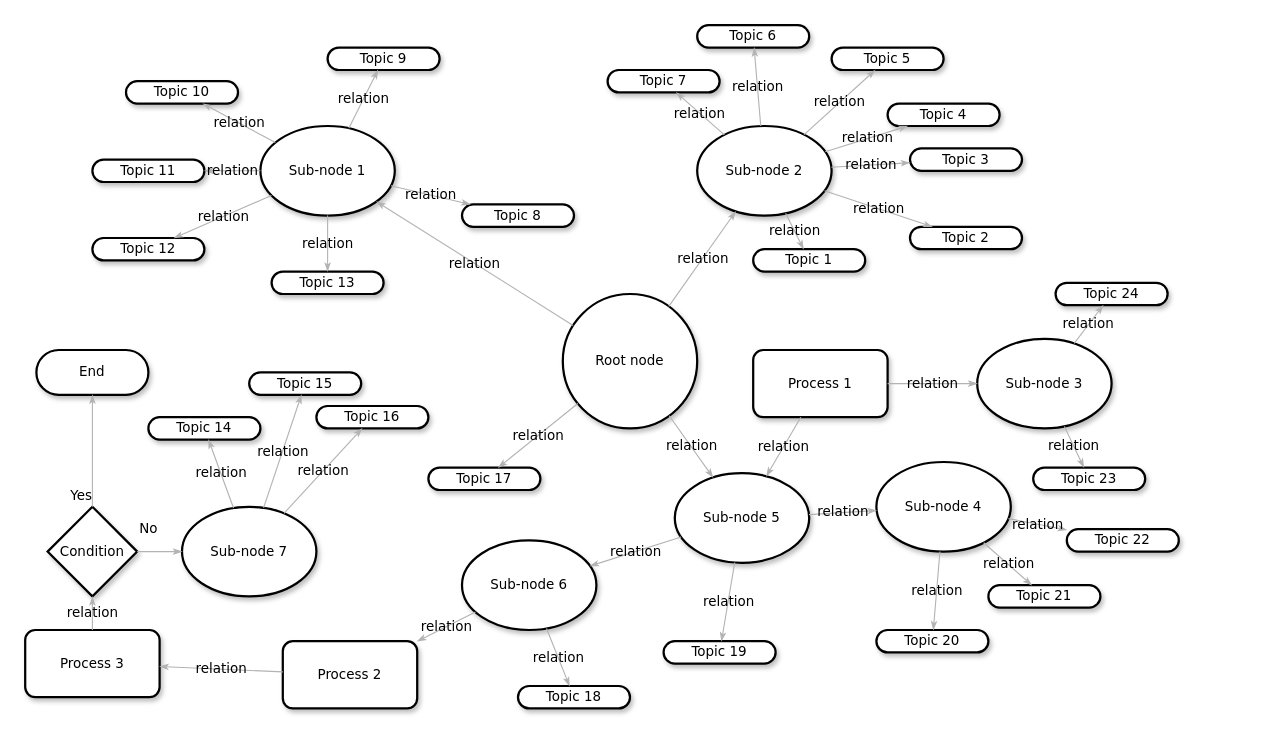
Above: Diagramma senza titolo.drawio in imooio/python (draw.io), before the change. Source tidied: cells renumbered, new cells numbered last; positions are measured from the earlier drawing's top-left corner, leaving out a move shared by most shapes. Both pictures are drawn from the tidied source at 112%, with x=0, y=0 at pixel (25, 25).
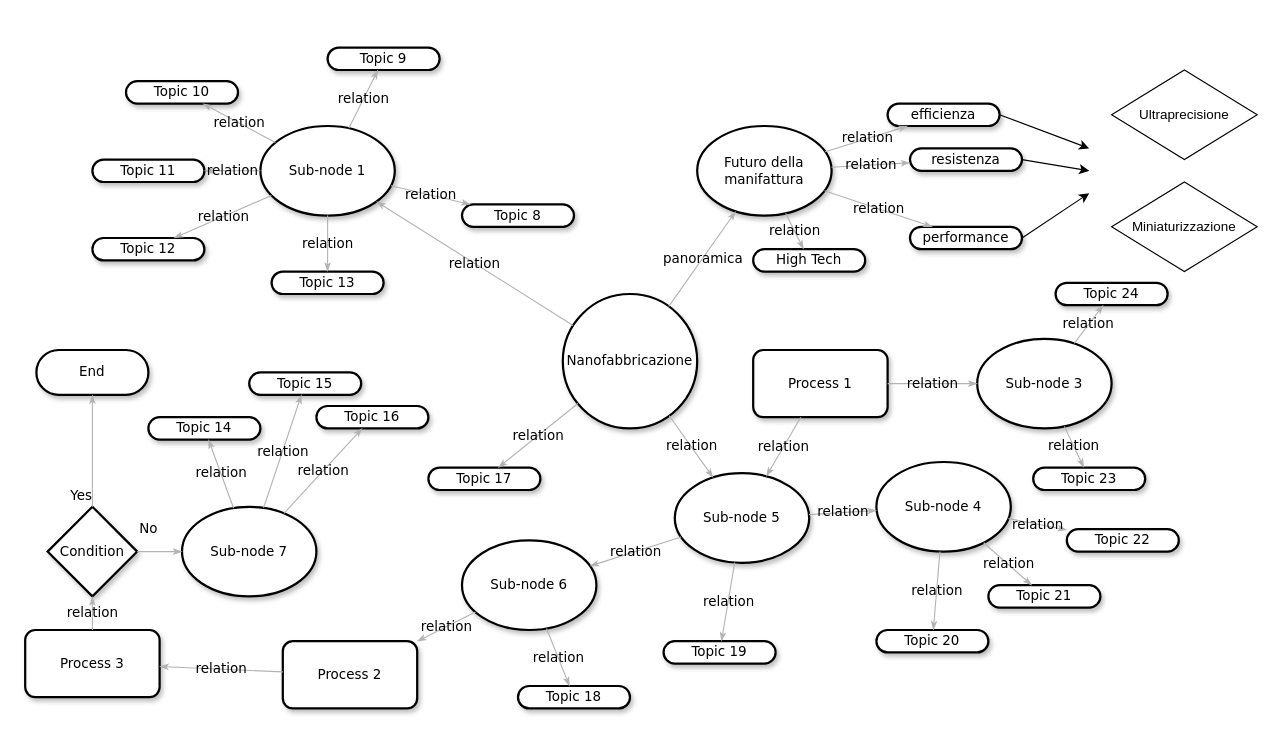
Above is the later version.

Commit message:
Schema introduzione Tesi.drawio

Change to the diagram source:
```diff
@@
-    <mxCell id="4" value="&lt;span&gt;Sub-node 2&lt;/span&gt;" style="ellipse;whiteSpace=wrap;html=1;rounded=1;shadow=1;comic=0;labelBackgroundColor=none;strokeWidth=2;fontFamily=Verdana;fontSize=12;align=center;" parent="1" vertex="1">
+    <mxCell id="4" value="Futuro della manifattura" style="ellipse;whiteSpace=wrap;html=1;rounded=1;shadow=1;comic=0;labelBackgroundColor=none;strokeWidth=2;fontFamily=Verdana;fontSize=12;align=center;" parent="1" vertex="1">
       <mxGeometry x="600" y="90" width="120" height="80" as="geometry" />
     </mxCell>
-    <mxCell id="5" value="Root node" style="ellipse;whiteSpace=wrap;html=1;rounded=1;shadow=1;comic=0;labelBackgroundColor=none;strokeWidth=2;fontFamily=Verdana;fontSize=12;align=center;" parent="1" vertex="1">
+    <mxCell id="5" value="Nanofabbricazione" style="ellipse;whiteSpace=wrap;html=1;rounded=1;shadow=1;comic=0;labelBackgroundColor=none;strokeWidth=2;fontFamily=Verdana;fontSize=12;align=center;" parent="1" vertex="1">
       <mxGeometry x="480" y="240" width="120" height="120" as="geometry" />
     </mxCell>
@@
-    <mxCell id="12" value="&lt;span&gt;Topic 7&lt;/span&gt;" style="whiteSpace=wrap;html=1;rounded=1;shadow=1;comic=0;labelBackgroundColor=none;strokeWidth=2;fontFamily=Verdana;fontSize=12;align=center;arcSize=50;" parent="1" vertex="1">
-      <mxGeometry x="520" y="40" width="100" height="20" as="geometry" />
-    </mxCell>
@@
-    <mxCell id="15" value="&lt;span&gt;Topic 6&lt;/span&gt;" style="whiteSpace=wrap;html=1;rounded=1;shadow=1;comic=0;labelBackgroundColor=none;strokeWidth=2;fontFamily=Verdana;fontSize=12;align=center;arcSize=50;" parent="1" vertex="1">
-      <mxGeometry x="600" width="100" height="20" as="geometry" />
-    </mxCell>
-    <mxCell id="16" value="&lt;span&gt;Topic 5&lt;/span&gt;" style="whiteSpace=wrap;html=1;rounded=1;shadow=1;comic=0;labelBackgroundColor=none;strokeWidth=2;fontFamily=Verdana;fontSize=12;align=center;arcSize=50;" parent="1" vertex="1">
-      <mxGeometry x="720" y="20" width="100" height="20" as="geometry" />
-    </mxCell>
+    <mxCell id="75" style="edgeStyle=none;rounded=0;jettySize=auto;html=1;exitX=1;exitY=0.5;exitDx=0;exitDy=0;" parent="1" edge="1" source="17">
+      <mxGeometry relative="1" as="geometry">
+        <mxPoint x="950" y="110" as="targetPoint" />
+      </mxGeometry>
+    </mxCell>
-    <mxCell id="17" value="&lt;span&gt;Topic 4&lt;/span&gt;" style="whiteSpace=wrap;html=1;rounded=1;shadow=1;comic=0;labelBackgroundColor=none;strokeWidth=2;fontFamily=Verdana;fontSize=12;align=center;arcSize=50;" parent="1" vertex="1">
+    <mxCell id="17" value="efficienza" style="whiteSpace=wrap;html=1;rounded=1;shadow=1;comic=0;labelBackgroundColor=none;strokeWidth=2;fontFamily=Verdana;fontSize=12;align=center;arcSize=50;" parent="1" vertex="1">
       <mxGeometry x="770" y="70" width="100" height="20" as="geometry" />
     </mxCell>
+    <mxCell id="76" style="edgeStyle=none;rounded=0;jettySize=auto;html=1;exitX=1;exitY=0.5;exitDx=0;exitDy=0;" parent="1" edge="1" source="18">
+      <mxGeometry relative="1" as="geometry">
+        <mxPoint x="950" y="130" as="targetPoint" />
+      </mxGeometry>
+    </mxCell>
-    <mxCell id="18" value="&lt;span&gt;Topic 3&lt;/span&gt;" style="whiteSpace=wrap;html=1;rounded=1;shadow=1;comic=0;labelBackgroundColor=none;strokeWidth=2;fontFamily=Verdana;fontSize=12;align=center;arcSize=50;" parent="1" vertex="1">
+    <mxCell id="18" value="resistenza" style="whiteSpace=wrap;html=1;rounded=1;shadow=1;comic=0;labelBackgroundColor=none;strokeWidth=2;fontFamily=Verdana;fontSize=12;align=center;arcSize=50;" parent="1" vertex="1">
       <mxGeometry x="790" y="110" width="100" height="20" as="geometry" />
     </mxCell>
+    <mxCell id="77" style="edgeStyle=none;rounded=0;jettySize=auto;html=1;exitX=1;exitY=0.5;exitDx=0;exitDy=0;" parent="1" edge="1" source="19">
+      <mxGeometry relative="1" as="geometry">
+        <mxPoint x="950" y="150" as="targetPoint" />
+      </mxGeometry>
+    </mxCell>
-    <mxCell id="19" value="&lt;span&gt;Topic 2&lt;/span&gt;" style="whiteSpace=wrap;html=1;rounded=1;shadow=1;comic=0;labelBackgroundColor=none;strokeWidth=2;fontFamily=Verdana;fontSize=12;align=center;arcSize=50;" parent="1" vertex="1">
+    <mxCell id="19" value="performance" style="whiteSpace=wrap;html=1;rounded=1;shadow=1;comic=0;labelBackgroundColor=none;strokeWidth=2;fontFamily=Verdana;fontSize=12;align=center;arcSize=50;" parent="1" vertex="1">
       <mxGeometry x="790" y="180" width="100" height="20" as="geometry" />
     </mxCell>
-    <mxCell id="20" value="Topic 1" style="whiteSpace=wrap;html=1;rounded=1;shadow=1;comic=0;labelBackgroundColor=none;strokeWidth=2;fontFamily=Verdana;fontSize=12;align=center;arcSize=50;" parent="1" vertex="1">
+    <mxCell id="20" value="High Tech" style="whiteSpace=wrap;html=1;rounded=1;shadow=1;comic=0;labelBackgroundColor=none;strokeWidth=2;fontFamily=Verdana;fontSize=12;align=center;arcSize=50;" parent="1" vertex="1">
       <mxGeometry x="650" y="200" width="100" height="20" as="geometry" />
     </mxCell>
@@
-    <mxCell id="31" value="relation" style="edgeStyle=none;rounded=1;html=1;labelBackgroundColor=none;startArrow=none;startFill=0;startSize=5;endArrow=classicThin;endFill=1;endSize=5;jettySize=auto;strokeColor=#B3B3B3;strokeWidth=1;fontFamily=Verdana;fontSize=12;" parent="1" edge="1" source="5" target="4">
+    <mxCell id="31" value="panoramica" style="edgeStyle=none;rounded=1;html=1;labelBackgroundColor=none;startArrow=none;startFill=0;startSize=5;endArrow=classicThin;endFill=1;endSize=5;jettySize=auto;strokeColor=#B3B3B3;strokeWidth=1;fontFamily=Verdana;fontSize=12;" parent="1" edge="1" source="5" target="4">
       <mxGeometry relative="1" as="geometry" />
     </mxCell>
@@
-    <mxCell id="42" value="relation" style="edgeStyle=none;rounded=1;html=1;labelBackgroundColor=none;startArrow=none;startFill=0;startSize=5;endArrow=classicThin;endFill=1;endSize=5;jettySize=auto;strokeColor=#B3B3B3;strokeWidth=1;fontFamily=Verdana;fontSize=12;" parent="1" edge="1" source="4" target="16">
-      <mxGeometry relative="1" as="geometry" />
-    </mxCell>
-    <mxCell id="43" value="relation" style="edgeStyle=none;rounded=1;html=1;labelBackgroundColor=none;startArrow=none;startFill=0;startSize=5;endArrow=classicThin;endFill=1;endSize=5;jettySize=auto;strokeColor=#B3B3B3;strokeWidth=1;fontFamily=Verdana;fontSize=12;" parent="1" edge="1" source="4" target="15">
-      <mxGeometry relative="1" as="geometry" />
-    </mxCell>
-    <mxCell id="44" value="relation" style="edgeStyle=none;rounded=1;html=1;labelBackgroundColor=none;startArrow=none;startFill=0;startSize=5;endArrow=classicThin;endFill=1;endSize=5;jettySize=auto;strokeColor=#B3B3B3;strokeWidth=1;fontFamily=Verdana;fontSize=12;" parent="1" edge="1" source="4" target="12">
-      <mxGeometry relative="1" as="geometry" />
-    </mxCell>
@@
+    <mxCell id="78" value="Ultraprecisione" style="rhombus;whiteSpace=wrap;html=1;" parent="1" vertex="1">
+      <mxGeometry x="970" y="40" width="130" height="80" as="geometry" />
+    </mxCell>
+    <mxCell id="79" value="Miniaturizzazione" style="rhombus;whiteSpace=wrap;html=1;" parent="1" vertex="1">
+      <mxGeometry x="970" y="140" width="130" height="80" as="geometry" />
+    </mxCell>
```
